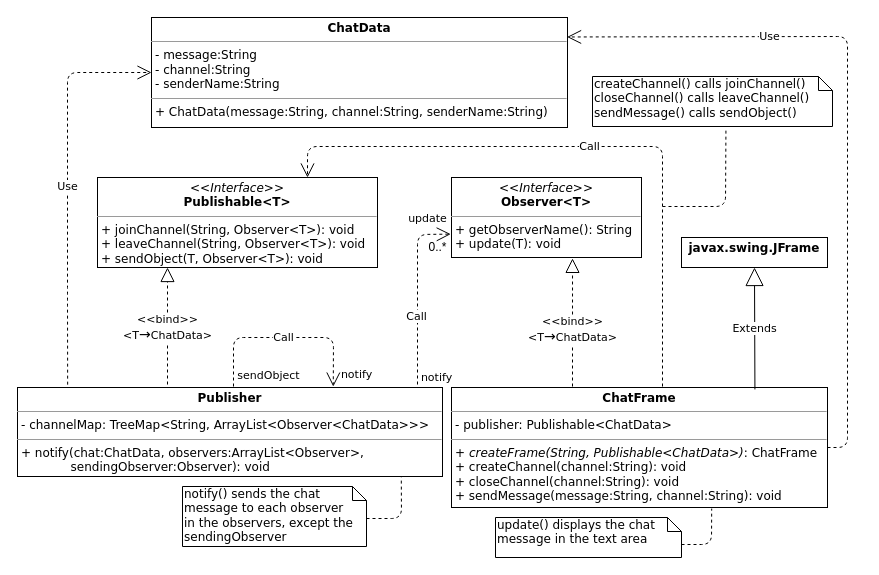
owencho/SimpleChat keeps this draw.io diagram as doc/images/SimpleChatUMLClassDiagram.drawio. Above is the earlier version. Source tidied: cells renumbered, new cells numbered last; positions are measured from the earlier drawing's top-left corner, leaving out a move shared by most shapes. Both pictures are drawn from the tidied source at 100%, with x=0, y=0 at pixel (17, 17).
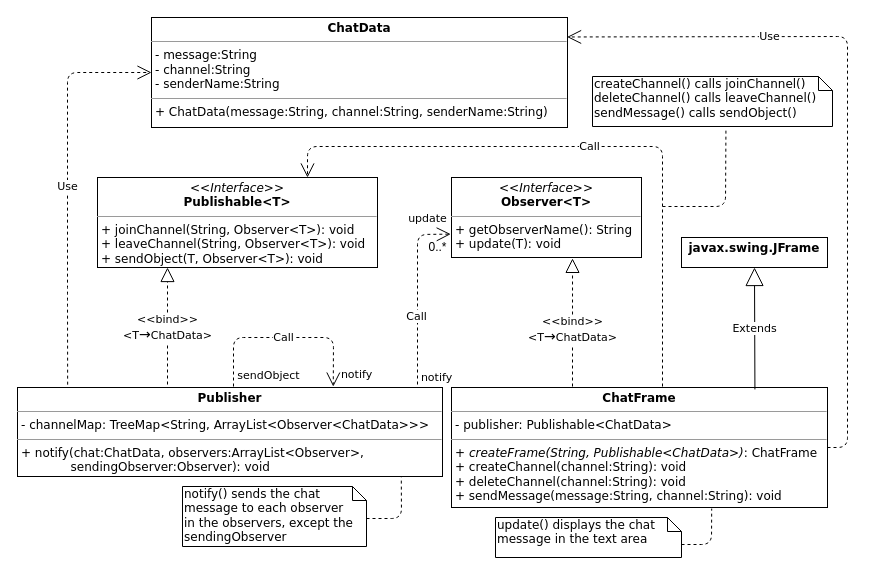
Above is the later version.

Commit message (it also covers changes not shown here):
Changed closeChannel() to deleteChannel() in the UML

The edit, as a diff of the source:
```diff
@@
-    <mxCell id="13" value="&lt;p style=&quot;margin: 0px ; margin-top: 4px ; text-align: center&quot;&gt;&lt;b&gt;ChatFrame&lt;/b&gt;&lt;/p&gt;&lt;hr size=&quot;1&quot;&gt;&lt;p style=&quot;margin: 0px ; margin-left: 4px&quot;&gt;- publisher: Publishable&amp;lt;ChatData&amp;gt;&lt;/p&gt;&lt;hr size=&quot;1&quot;&gt;&lt;p style=&quot;margin: 0px ; margin-left: 4px&quot;&gt;+ &lt;i&gt;createFrame(String, Publishable&amp;lt;ChatData&amp;gt;)&lt;/i&gt;: ChatFrame&lt;/p&gt;&lt;p style=&quot;margin: 0px ; margin-left: 4px&quot;&gt;+ createChannel(channel:String): void&lt;/p&gt;&lt;p style=&quot;margin: 0px ; margin-left: 4px&quot;&gt;+ closeChannel(channel:String): void&lt;/p&gt;&lt;p style=&quot;margin: 0px ; margin-left: 4px&quot;&gt;+ sendMessage(message:String, channel:String): void&lt;/p&gt;&lt;p style=&quot;margin: 0px ; margin-left: 4px&quot;&gt;&lt;br&gt;&lt;/p&gt;" style="verticalAlign=top;align=left;overflow=fill;fontSize=12;fontFamily=Verdana;html=1;" parent="1" vertex="1">
+    <mxCell id="13" value="&lt;p style=&quot;margin: 0px ; margin-top: 4px ; text-align: center&quot;&gt;&lt;b&gt;ChatFrame&lt;/b&gt;&lt;/p&gt;&lt;hr size=&quot;1&quot;&gt;&lt;p style=&quot;margin: 0px ; margin-left: 4px&quot;&gt;- publisher: Publishable&amp;lt;ChatData&amp;gt;&lt;/p&gt;&lt;hr size=&quot;1&quot;&gt;&lt;p style=&quot;margin: 0px ; margin-left: 4px&quot;&gt;+ &lt;i&gt;createFrame(String, Publishable&amp;lt;ChatData&amp;gt;)&lt;/i&gt;: ChatFrame&lt;/p&gt;&lt;p style=&quot;margin: 0px ; margin-left: 4px&quot;&gt;+ createChannel(channel:String): void&lt;/p&gt;&lt;p style=&quot;margin: 0px ; margin-left: 4px&quot;&gt;+ deleteChannel(channel:String): void&lt;/p&gt;&lt;p style=&quot;margin: 0px ; margin-left: 4px&quot;&gt;+ sendMessage(message:String, channel:String): void&lt;/p&gt;&lt;p style=&quot;margin: 0px ; margin-left: 4px&quot;&gt;&lt;br&gt;&lt;/p&gt;" style="verticalAlign=top;align=left;overflow=fill;fontSize=12;fontFamily=Verdana;html=1;" parent="1" vertex="1">
       <mxGeometry x="434" y="370" width="376" height="120" as="geometry" />
     </mxCell>
@@
-    <mxCell id="26" value="createChannel() calls joinChannel()&lt;br&gt;closeChannel() calls leaveChannel()&lt;br&gt;sendMessage() calls sendObject()" style="shape=note;whiteSpace=wrap;html=1;size=14;verticalAlign=top;align=left;spacingTop=-6;fontFamily=Verdana;" parent="1" vertex="1">
+    <mxCell id="26" value="createChannel() calls joinChannel()&lt;br&gt;deleteChannel() calls leaveChannel()&lt;br&gt;sendMessage() calls sendObject()" style="shape=note;whiteSpace=wrap;html=1;size=14;verticalAlign=top;align=left;spacingTop=-6;fontFamily=Verdana;" parent="1" vertex="1">
       <mxGeometry x="575" y="59" width="240" height="50" as="geometry" />
     </mxCell>
```
